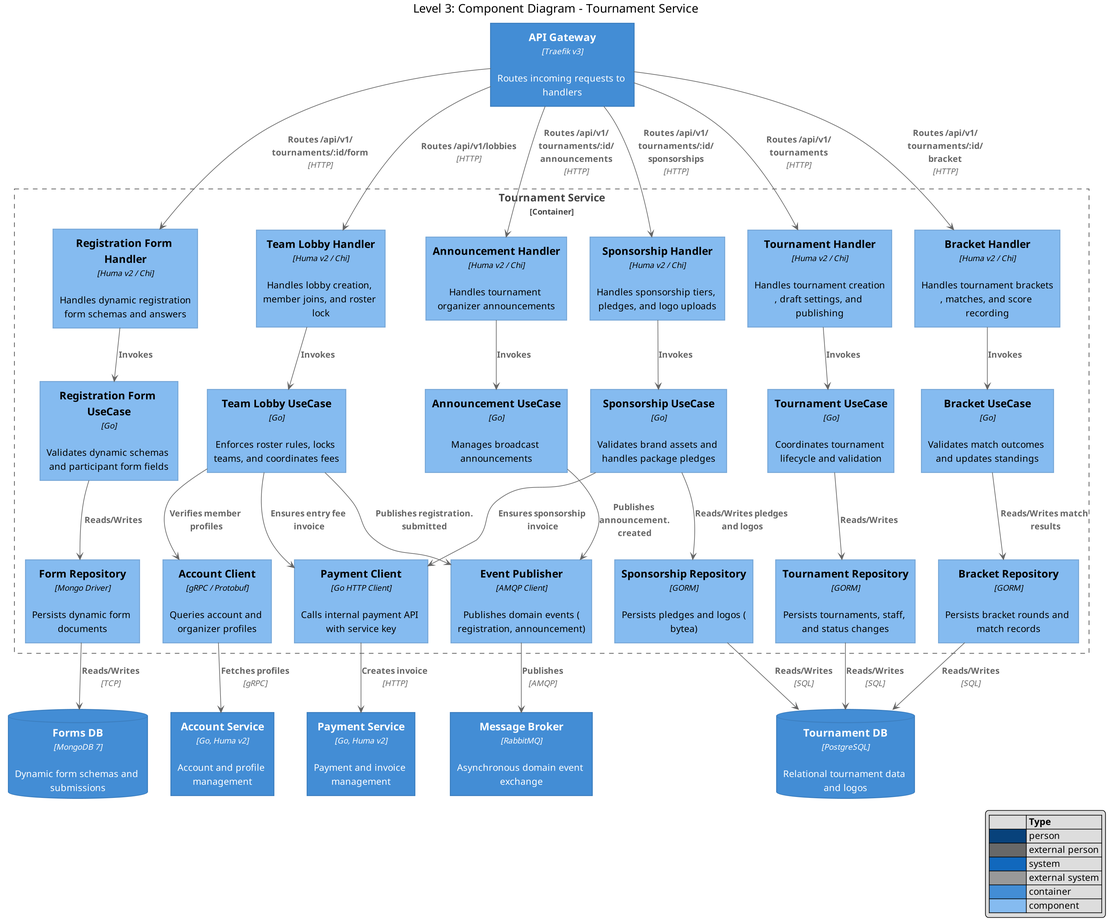
moomaideng/eventory keeps this PlantUML diagram as docs/arch/c4-level3-component-tournament.png. Above is the earlier version. Its source is kept beside it as docs/arch/c4-level3-component-tournament.puml.
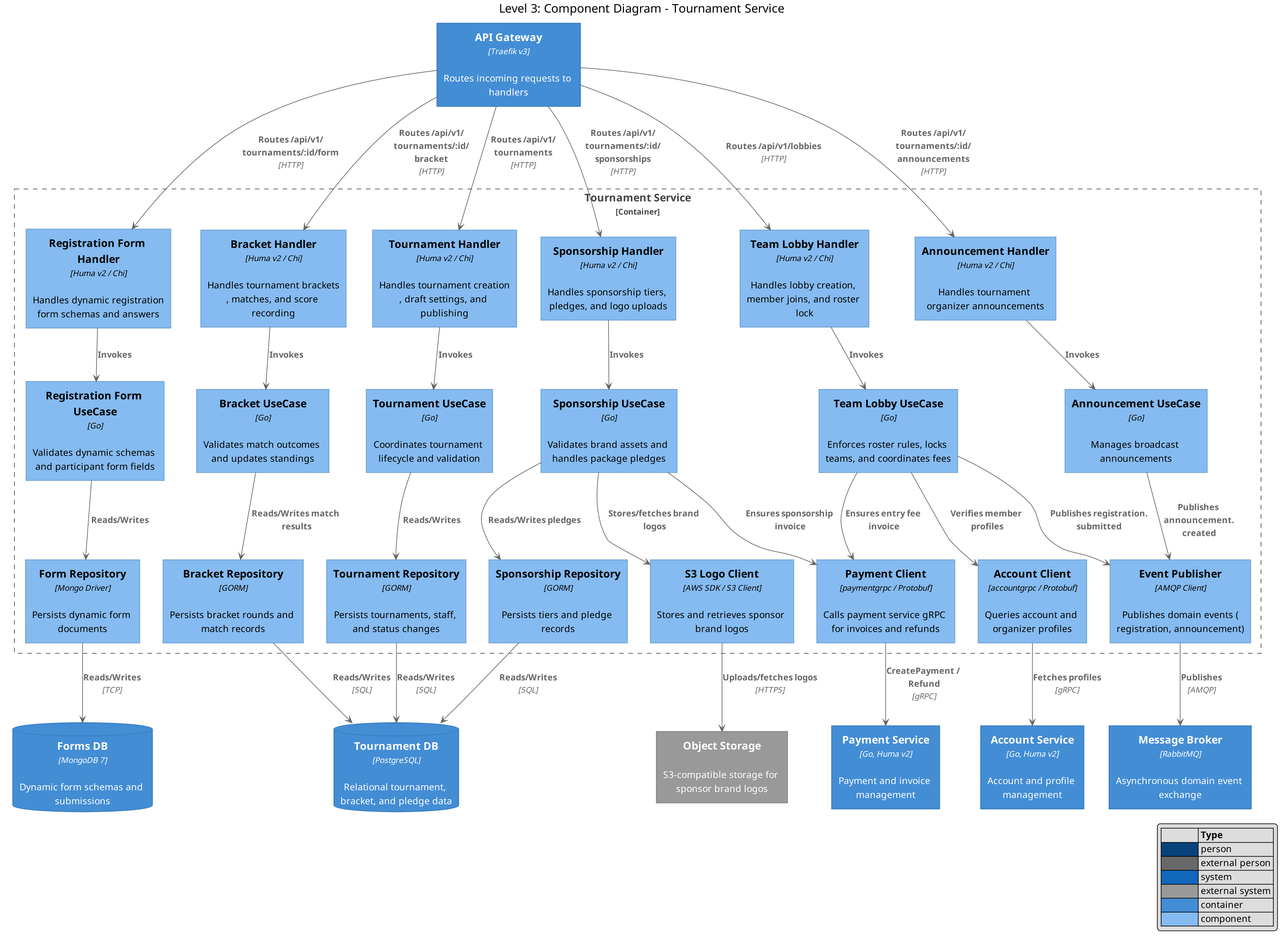
After the change.

The edit, as a diff of the source:
```diff
@@ -10,7 +10,8 @@
 Container(account_service, "Account Service", "Go, Huma v2", "Account and profile management")
 Container(payment_service, "Payment Service", "Go, Huma v2", "Payment and invoice management")
 Container(broker, "Message Broker", "RabbitMQ", "Asynchronous domain event exchange")
-ContainerDb(tournament_db, "Tournament DB", "PostgreSQL", "Relational tournament data and logos")
+System_Ext(s3, "Object Storage", "S3-compatible storage for sponsor brand logos")
+ContainerDb(tournament_db, "Tournament DB", "PostgreSQL", "Relational tournament, bracket, and pledge data")
 ContainerDb(forms_db, "Forms DB", "MongoDB 7", "Dynamic form schemas and submissions")
 
 Container_Boundary(tournament, "Tournament Service") {
@@ -30,10 +31,11 @@
 
     Component(tournament_repo, "Tournament Repository", "GORM", "Persists tournaments, staff, and status changes")
     Component(bracket_repo, "Bracket Repository", "GORM", "Persists bracket rounds and match records")
-    Component(sponsorship_repo, "Sponsorship Repository", "GORM", "Persists pledges and logos (bytea)")
+    Component(sponsorship_repo, "Sponsorship Repository", "GORM", "Persists tiers and pledge records")
+    Component(s3_client, "S3 Logo Client", "AWS SDK / S3 Client", "Stores and retrieves sponsor brand logos")
     Component(form_repo, "Form Repository", "Mongo Driver", "Persists dynamic form documents")
-    Component(account_client, "Account Client", "gRPC / Protobuf", "Queries account and organizer profiles")
-    Component(payment_client, "Payment Client", "Go HTTP Client", "Calls internal payment API with service key")
+    Component(account_client, "Account Client", "accountgrpc / Protobuf", "Queries account and organizer profiles")
+    Component(payment_client, "Payment Client", "paymentgrpc / Protobuf", "Calls payment service gRPC for invoices and refunds")
     Component(event_pub, "Event Publisher", "AMQP Client", "Publishes domain events (registration, announcement)")
 }
 
@@ -58,7 +60,8 @@
 Rel(lobby_uc, payment_client, "Ensures entry fee invoice")
 Rel(lobby_uc, event_pub, "Publishes registration.submitted")
 
-Rel(sponsorship_uc, sponsorship_repo, "Reads/Writes pledges and logos")
+Rel(sponsorship_uc, sponsorship_repo, "Reads/Writes pledges")
+Rel(sponsorship_uc, s3_client, "Stores/fetches brand logos")
 Rel(sponsorship_uc, payment_client, "Ensures sponsorship invoice")
 
 Rel(bracket_uc, bracket_repo, "Reads/Writes match results")
@@ -68,8 +71,9 @@
 Rel(bracket_repo, tournament_db, "Reads/Writes", "SQL")
 Rel(sponsorship_repo, tournament_db, "Reads/Writes", "SQL")
 Rel(form_repo, forms_db, "Reads/Writes", "TCP")
+Rel(s3_client, s3, "Uploads/fetches logos", "HTTPS")
 
 Rel(account_client, account_service, "Fetches profiles", "gRPC")
-Rel(payment_client, payment_service, "Creates invoice", "HTTP")
+Rel(payment_client, payment_service, "CreatePayment / Refund", "gRPC")
 Rel(event_pub, broker, "Publishes", "AMQP")
 @enduml
```
